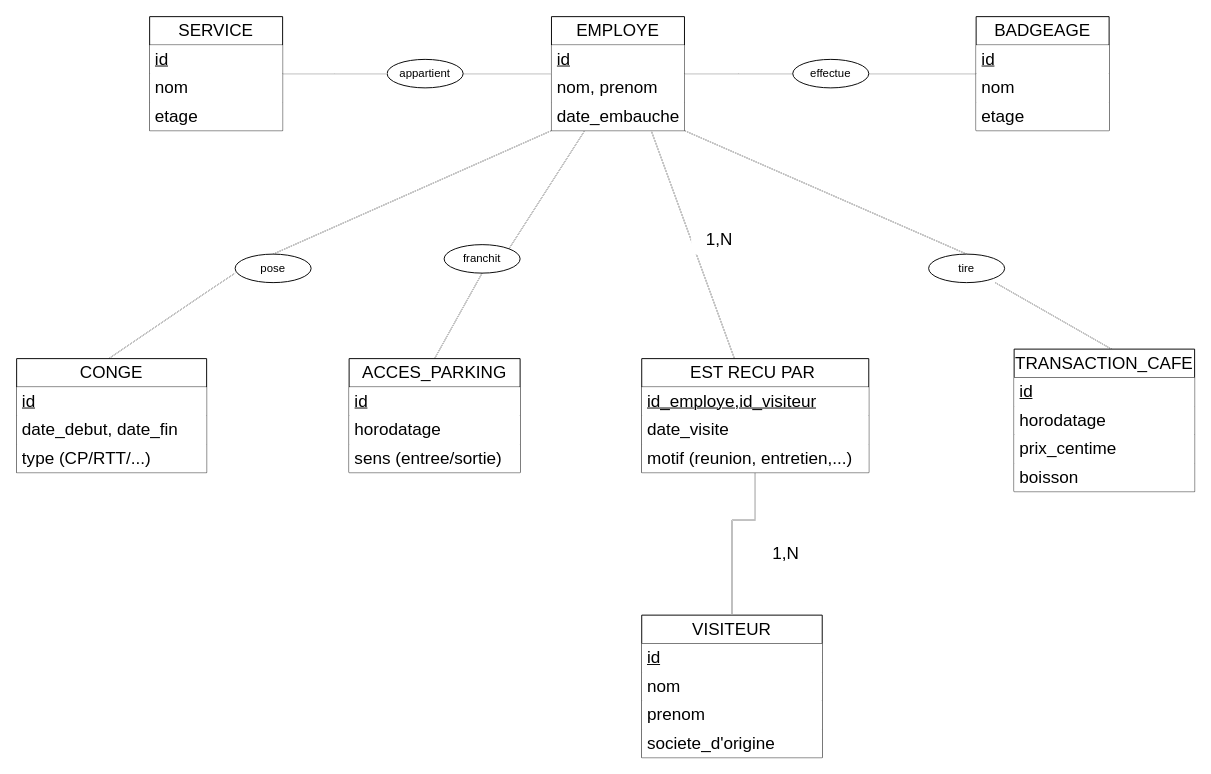
Earlier version of the draw.io diagram Adakaor_ajout_visiteur.drawio (gdiaby2403/repo1). Source tidied: cells renumbered, new cells numbered last; positions are measured from the earlier drawing's top-left corner, leaving out a move shared by most shapes. Both pictures are drawn from the tidied source at 95%, with x=0, y=0 at pixel (16, 16).
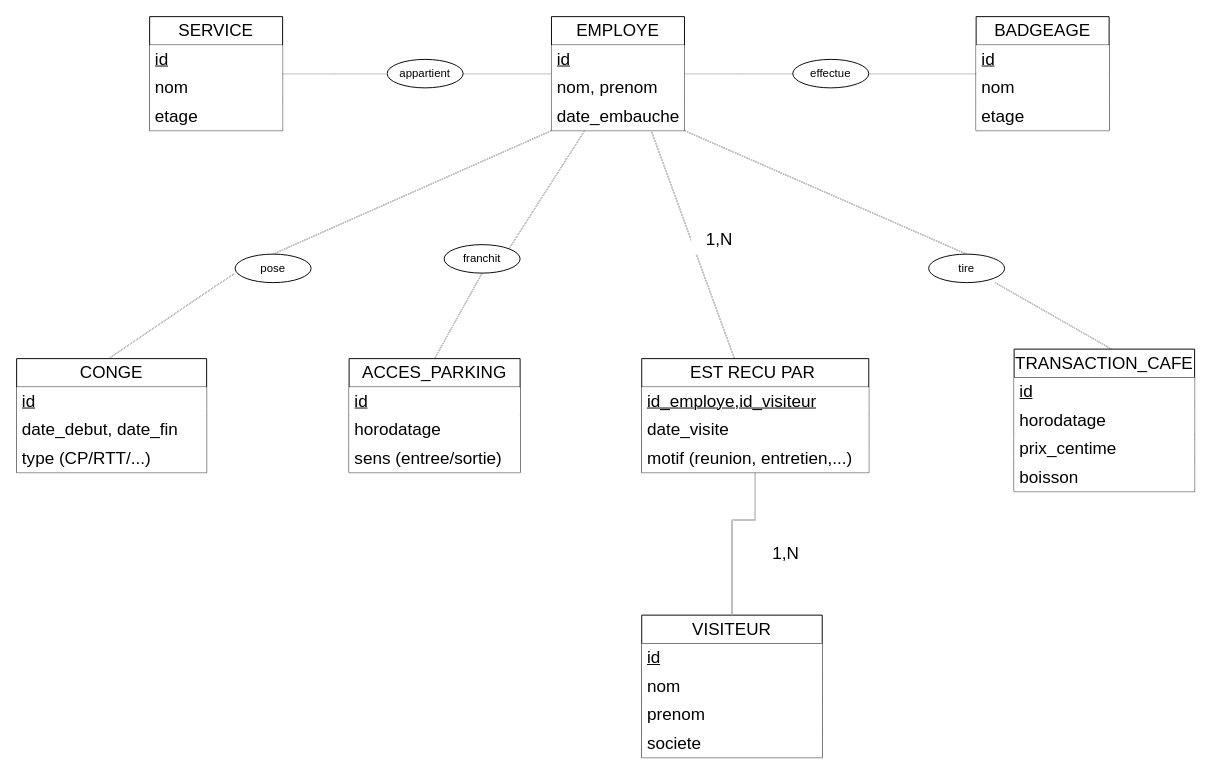
The same page after the edit.

Commit message:
Mettre à jour Adakaor_ajout_visiteur.drawio

Unchanged cells that the change refers to:
```xml
<mxCell id="2" value="&lt;font style=&quot;font-size: 18px;&quot;&gt;VISITEUR&lt;/font&gt;" style="swimlane;fontStyle=0;horizontal=1;startSize=30;whiteSpace=wrap;html=1;fillColor=default;labelBackgroundColor=none;labelBorderColor=none;textShadow=0;rounded=0;" parent="1" vertex="1">
  <mxGeometry x="658" y="630" width="190" height="150" as="geometry" />
</mxCell>
```

Change to the diagram source:
```diff
@@
-    <mxCell id="6" value="&lt;font style=&quot;font-size: 18px;&quot;&gt;societe_d'origine&lt;/font&gt;" style="text;strokeColor=none;fillColor=default;align=left;verticalAlign=middle;spacingLeft=4;spacingRight=4;overflow=hidden;whiteSpace=wrap;html=1;labelBackgroundColor=none;labelBorderColor=none;textShadow=0;rounded=0;" parent="2" vertex="1">
+    <mxCell id="6" value="&lt;font style=&quot;font-size: 18px;&quot;&gt;societe&lt;/font&gt;" style="text;strokeColor=none;fillColor=default;align=left;verticalAlign=middle;spacingLeft=4;spacingRight=4;overflow=hidden;whiteSpace=wrap;html=1;labelBackgroundColor=none;labelBorderColor=none;textShadow=0;rounded=0;" parent="2" vertex="1">
       <mxGeometry y="120" width="190" height="30" as="geometry" />
     </mxCell>
```
